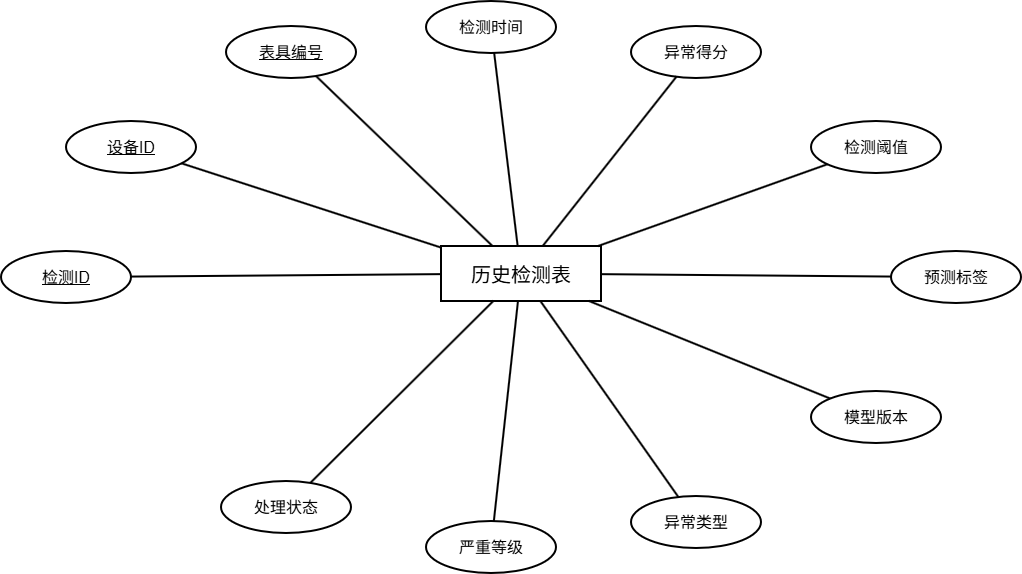
Before: pictures_drawio/历史检测表E-R图.drawio.png, a diagram exported from draw.io (solisW/my_thesis_system). Source tidied: cells renumbered, new cells last; positions are measured from the earlier drawing's top-left corner, leaving out a move shared by most shapes. Its diagram source:
```xml
<mxGraphModel>
  <root>
    <mxCell id="0" />
    <mxCell id="1" parent="0" />
    <mxCell id="2" value="历史检测表" style="rounded=0;whiteSpace=wrap;html=1;fillColor=#ffffff;strokeColor=#000000;strokeWidth=2;fontSize=20;" parent="1" vertex="1">
      <mxGeometry x="440" y="245" width="160" height="55" as="geometry" />
    </mxCell>
    <mxCell id="3" value="&lt;u&gt;检测ID&lt;/u&gt;" style="ellipse;whiteSpace=wrap;html=1;fillColor=#ffffff;strokeColor=#000000;strokeWidth=2;fontSize=16;" parent="1" vertex="1">
      <mxGeometry y="250" width="130" height="52" as="geometry" />
    </mxCell>
    <mxCell id="4" style="endArrow=none;html=1;rounded=0;strokeWidth=2;fontSize=14;" parent="1" edge="1" source="2" target="3">
      <mxGeometry relative="1" as="geometry" />
    </mxCell>
    <mxCell id="5" value="&lt;u&gt;设备ID&lt;/u&gt;" style="ellipse;whiteSpace=wrap;html=1;fillColor=#ffffff;strokeColor=#000000;strokeWidth=2;fontSize=16;" parent="1" vertex="1">
      <mxGeometry x="65" y="120" width="130" height="52" as="geometry" />
    </mxCell>
    <mxCell id="6" style="endArrow=none;html=1;rounded=0;strokeWidth=2;fontSize=14;" parent="1" edge="1" source="2" target="5">
      <mxGeometry relative="1" as="geometry" />
    </mxCell>
    <mxCell id="7" value="&lt;u&gt;表具编号&lt;/u&gt;" style="ellipse;whiteSpace=wrap;html=1;fillColor=#ffffff;strokeColor=#000000;strokeWidth=2;fontSize=16;" parent="1" vertex="1">
      <mxGeometry x="225" y="25" width="130" height="52" as="geometry" />
    </mxCell>
    <mxCell id="8" style="endArrow=none;html=1;rounded=0;strokeWidth=2;fontSize=14;" parent="1" edge="1" source="2" target="7">
      <mxGeometry relative="1" as="geometry" />
    </mxCell>
    <mxCell id="9" value="检测时间" style="ellipse;whiteSpace=wrap;html=1;fillColor=#ffffff;strokeColor=#000000;strokeWidth=2;fontSize=16;" parent="1" vertex="1">
      <mxGeometry x="425" width="130" height="52" as="geometry" />
    </mxCell>
    <mxCell id="10" style="endArrow=none;html=1;rounded=0;strokeWidth=2;fontSize=14;" parent="1" edge="1" source="2" target="9">
      <mxGeometry relative="1" as="geometry" />
    </mxCell>
    <mxCell id="11" value="异常得分" style="ellipse;whiteSpace=wrap;html=1;fillColor=#ffffff;strokeColor=#000000;strokeWidth=2;fontSize=16;" parent="1" vertex="1">
      <mxGeometry x="630" y="25" width="130" height="52" as="geometry" />
    </mxCell>
    <mxCell id="12" style="endArrow=none;html=1;rounded=0;strokeWidth=2;fontSize=14;" parent="1" edge="1" source="2" target="11">
      <mxGeometry relative="1" as="geometry" />
    </mxCell>
    <mxCell id="13" value="检测阈值" style="ellipse;whiteSpace=wrap;html=1;fillColor=#ffffff;strokeColor=#000000;strokeWidth=2;fontSize=16;" parent="1" vertex="1">
      <mxGeometry x="810" y="120" width="130" height="52" as="geometry" />
    </mxCell>
    <mxCell id="14" style="endArrow=none;html=1;rounded=0;strokeWidth=2;fontSize=14;" parent="1" edge="1" source="2" target="13">
      <mxGeometry relative="1" as="geometry" />
    </mxCell>
    <mxCell id="15" value="预测标签" style="ellipse;whiteSpace=wrap;html=1;fillColor=#ffffff;strokeColor=#000000;strokeWidth=2;fontSize=16;" parent="1" vertex="1">
      <mxGeometry x="890" y="250" width="130" height="52" as="geometry" />
    </mxCell>
    <mxCell id="16" style="endArrow=none;html=1;rounded=0;strokeWidth=2;fontSize=14;" parent="1" edge="1" source="2" target="15">
      <mxGeometry relative="1" as="geometry" />
    </mxCell>
    <mxCell id="17" value="模型版本" style="ellipse;whiteSpace=wrap;html=1;fillColor=#ffffff;strokeColor=#000000;strokeWidth=2;fontSize=16;" parent="1" vertex="1">
      <mxGeometry x="810" y="390" width="130" height="52" as="geometry" />
    </mxCell>
    <mxCell id="18" style="endArrow=none;html=1;rounded=0;strokeWidth=2;fontSize=14;" parent="1" edge="1" source="2" target="17">
      <mxGeometry relative="1" as="geometry" />
    </mxCell>
    <mxCell id="19" value="异常类型" style="ellipse;whiteSpace=wrap;html=1;fillColor=#ffffff;strokeColor=#000000;strokeWidth=2;fontSize=16;" parent="1" vertex="1">
      <mxGeometry x="630" y="495" width="130" height="52" as="geometry" />
    </mxCell>
    <mxCell id="20" style="endArrow=none;html=1;rounded=0;strokeWidth=2;fontSize=14;" parent="1" edge="1" source="2" target="19">
      <mxGeometry relative="1" as="geometry" />
    </mxCell>
    <mxCell id="21" value="严重等级" style="ellipse;whiteSpace=wrap;html=1;fillColor=#ffffff;strokeColor=#000000;strokeWidth=2;fontSize=16;" parent="1" vertex="1">
      <mxGeometry x="425" y="520" width="130" height="52" as="geometry" />
    </mxCell>
    <mxCell id="22" style="endArrow=none;html=1;rounded=0;strokeWidth=2;fontSize=14;" parent="1" edge="1" source="2" target="21">
      <mxGeometry relative="1" as="geometry" />
    </mxCell>
    <mxCell id="23" value="处理状态" style="ellipse;whiteSpace=wrap;html=1;fillColor=#ffffff;strokeColor=#000000;strokeWidth=2;fontSize=16;" parent="1" vertex="1">
      <mxGeometry x="220" y="480" width="130" height="52" as="geometry" />
    </mxCell>
    <mxCell id="24" style="endArrow=none;html=1;rounded=0;strokeWidth=2;fontSize=14;" parent="1" edge="1" source="2" target="23">
      <mxGeometry relative="1" as="geometry" />
    </mxCell>
  </root>
</mxGraphModel>
```
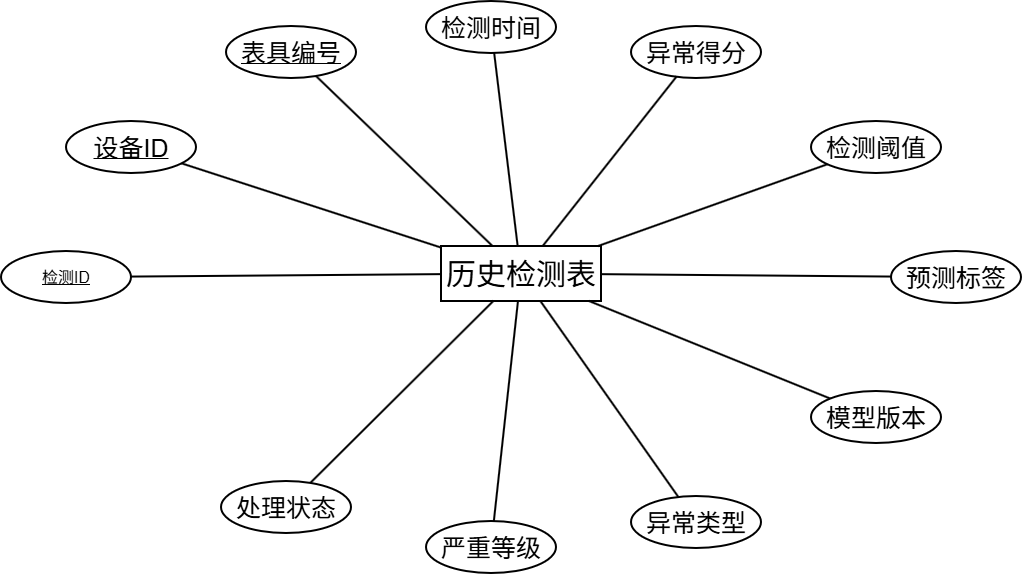
The same file after the commit.

What changed in the source:
```diff
@@ -2,70 +2,70 @@
   <root>
     <mxCell id="0" />
     <mxCell id="1" parent="0" />
-    <mxCell id="2" value="历史检测表" style="rounded=0;whiteSpace=wrap;html=1;fillColor=#ffffff;strokeColor=#000000;strokeWidth=2;fontSize=20;" parent="1" vertex="1">
+    <mxCell id="2" value="&lt;font style=&quot;font-size: 30px;&quot;&gt;历史检测表&lt;/font&gt;" style="rounded=0;whiteSpace=wrap;html=1;fillColor=#ffffff;strokeColor=#000000;strokeWidth=2;fontSize=20;" parent="1" vertex="1">
       <mxGeometry x="440" y="245" width="160" height="55" as="geometry" />
     </mxCell>
-    <mxCell id="3" value="&lt;u&gt;检测ID&lt;/u&gt;" style="ellipse;whiteSpace=wrap;html=1;fillColor=#ffffff;strokeColor=#000000;strokeWidth=2;fontSize=16;" parent="1" vertex="1">
+    <mxCell id="3" value="&lt;u&gt;&lt;font&gt;检测ID&lt;/font&gt;&lt;/u&gt;" style="ellipse;whiteSpace=wrap;html=1;fillColor=#ffffff;strokeColor=#000000;strokeWidth=2;fontSize=16;" parent="1" vertex="1">
       <mxGeometry y="250" width="130" height="52" as="geometry" />
     </mxCell>
     <mxCell id="4" style="endArrow=none;html=1;rounded=0;strokeWidth=2;fontSize=14;" parent="1" edge="1" source="2" target="3">
       <mxGeometry relative="1" as="geometry" />
     </mxCell>
-    <mxCell id="5" value="&lt;u&gt;设备ID&lt;/u&gt;" style="ellipse;whiteSpace=wrap;html=1;fillColor=#ffffff;strokeColor=#000000;strokeWidth=2;fontSize=16;" parent="1" vertex="1">
+    <mxCell id="5" value="&lt;u&gt;&lt;font style=&quot;font-size: 25px;&quot;&gt;设备ID&lt;/font&gt;&lt;/u&gt;" style="ellipse;whiteSpace=wrap;html=1;fillColor=#ffffff;strokeColor=#000000;strokeWidth=2;fontSize=16;" parent="1" vertex="1">
       <mxGeometry x="65" y="120" width="130" height="52" as="geometry" />
     </mxCell>
     <mxCell id="6" style="endArrow=none;html=1;rounded=0;strokeWidth=2;fontSize=14;" parent="1" edge="1" source="2" target="5">
       <mxGeometry relative="1" as="geometry" />
     </mxCell>
-    <mxCell id="7" value="&lt;u&gt;表具编号&lt;/u&gt;" style="ellipse;whiteSpace=wrap;html=1;fillColor=#ffffff;strokeColor=#000000;strokeWidth=2;fontSize=16;" parent="1" vertex="1">
+    <mxCell id="7" value="&lt;u&gt;&lt;font style=&quot;font-size: 25px;&quot;&gt;表具编号&lt;/font&gt;&lt;/u&gt;" style="ellipse;whiteSpace=wrap;html=1;fillColor=#ffffff;strokeColor=#000000;strokeWidth=2;fontSize=16;" parent="1" vertex="1">
       <mxGeometry x="225" y="25" width="130" height="52" as="geometry" />
     </mxCell>
     <mxCell id="8" style="endArrow=none;html=1;rounded=0;strokeWidth=2;fontSize=14;" parent="1" edge="1" source="2" target="7">
       <mxGeometry relative="1" as="geometry" />
     </mxCell>
-    <mxCell id="9" value="检测时间" style="ellipse;whiteSpace=wrap;html=1;fillColor=#ffffff;strokeColor=#000000;strokeWidth=2;fontSize=16;" parent="1" vertex="1">
+    <mxCell id="9" value="&lt;font style=&quot;font-size: 25px;&quot;&gt;检测时间&lt;/font&gt;" style="ellipse;whiteSpace=wrap;html=1;fillColor=#ffffff;strokeColor=#000000;strokeWidth=2;fontSize=16;" parent="1" vertex="1">
       <mxGeometry x="425" width="130" height="52" as="geometry" />
     </mxCell>
     <mxCell id="10" style="endArrow=none;html=1;rounded=0;strokeWidth=2;fontSize=14;" parent="1" edge="1" source="2" target="9">
       <mxGeometry relative="1" as="geometry" />
     </mxCell>
-    <mxCell id="11" value="异常得分" style="ellipse;whiteSpace=wrap;html=1;fillColor=#ffffff;strokeColor=#000000;strokeWidth=2;fontSize=16;" parent="1" vertex="1">
+    <mxCell id="11" value="&lt;font style=&quot;font-size: 25px;&quot;&gt;异常得分&lt;/font&gt;" style="ellipse;whiteSpace=wrap;html=1;fillColor=#ffffff;strokeColor=#000000;strokeWidth=2;fontSize=16;" parent="1" vertex="1">
       <mxGeometry x="630" y="25" width="130" height="52" as="geometry" />
     </mxCell>
     <mxCell id="12" style="endArrow=none;html=1;rounded=0;strokeWidth=2;fontSize=14;" parent="1" edge="1" source="2" target="11">
       <mxGeometry relative="1" as="geometry" />
     </mxCell>
-    <mxCell id="13" value="检测阈值" style="ellipse;whiteSpace=wrap;html=1;fillColor=#ffffff;strokeColor=#000000;strokeWidth=2;fontSize=16;" parent="1" vertex="1">
+    <mxCell id="13" value="&lt;font style=&quot;font-size: 25px;&quot;&gt;检测阈值&lt;/font&gt;" style="ellipse;whiteSpace=wrap;html=1;fillColor=#ffffff;strokeColor=#000000;strokeWidth=2;fontSize=16;" parent="1" vertex="1">
       <mxGeometry x="810" y="120" width="130" height="52" as="geometry" />
     </mxCell>
     <mxCell id="14" style="endArrow=none;html=1;rounded=0;strokeWidth=2;fontSize=14;" parent="1" edge="1" source="2" target="13">
       <mxGeometry relative="1" as="geometry" />
     </mxCell>
-    <mxCell id="15" value="预测标签" style="ellipse;whiteSpace=wrap;html=1;fillColor=#ffffff;strokeColor=#000000;strokeWidth=2;fontSize=16;" parent="1" vertex="1">
+    <mxCell id="15" value="&lt;font style=&quot;font-size: 25px;&quot;&gt;预测标签&lt;/font&gt;" style="ellipse;whiteSpace=wrap;html=1;fillColor=#ffffff;strokeColor=#000000;strokeWidth=2;fontSize=16;" parent="1" vertex="1">
       <mxGeometry x="890" y="250" width="130" height="52" as="geometry" />
     </mxCell>
     <mxCell id="16" style="endArrow=none;html=1;rounded=0;strokeWidth=2;fontSize=14;" parent="1" edge="1" source="2" target="15">
       <mxGeometry relative="1" as="geometry" />
     </mxCell>
-    <mxCell id="17" value="模型版本" style="ellipse;whiteSpace=wrap;html=1;fillColor=#ffffff;strokeColor=#000000;strokeWidth=2;fontSize=16;" parent="1" vertex="1">
+    <mxCell id="17" value="&lt;font style=&quot;font-size: 25px;&quot;&gt;模型版本&lt;/font&gt;" style="ellipse;whiteSpace=wrap;html=1;fillColor=#ffffff;strokeColor=#000000;strokeWidth=2;fontSize=16;" parent="1" vertex="1">
       <mxGeometry x="810" y="390" width="130" height="52" as="geometry" />
     </mxCell>
     <mxCell id="18" style="endArrow=none;html=1;rounded=0;strokeWidth=2;fontSize=14;" parent="1" edge="1" source="2" target="17">
       <mxGeometry relative="1" as="geometry" />
     </mxCell>
-    <mxCell id="19" value="异常类型" style="ellipse;whiteSpace=wrap;html=1;fillColor=#ffffff;strokeColor=#000000;strokeWidth=2;fontSize=16;" parent="1" vertex="1">
+    <mxCell id="19" value="&lt;font style=&quot;font-size: 25px;&quot;&gt;异常类型&lt;/font&gt;" style="ellipse;whiteSpace=wrap;html=1;fillColor=#ffffff;strokeColor=#000000;strokeWidth=2;fontSize=16;" parent="1" vertex="1">
       <mxGeometry x="630" y="495" width="130" height="52" as="geometry" />
     </mxCell>
     <mxCell id="20" style="endArrow=none;html=1;rounded=0;strokeWidth=2;fontSize=14;" parent="1" edge="1" source="2" target="19">
       <mxGeometry relative="1" as="geometry" />
     </mxCell>
-    <mxCell id="21" value="严重等级" style="ellipse;whiteSpace=wrap;html=1;fillColor=#ffffff;strokeColor=#000000;strokeWidth=2;fontSize=16;" parent="1" vertex="1">
+    <mxCell id="21" value="&lt;font style=&quot;font-size: 25px;&quot;&gt;严重等级&lt;/font&gt;" style="ellipse;whiteSpace=wrap;html=1;fillColor=#ffffff;strokeColor=#000000;strokeWidth=2;fontSize=16;" parent="1" vertex="1">
       <mxGeometry x="425" y="520" width="130" height="52" as="geometry" />
     </mxCell>
     <mxCell id="22" style="endArrow=none;html=1;rounded=0;strokeWidth=2;fontSize=14;" parent="1" edge="1" source="2" target="21">
       <mxGeometry relative="1" as="geometry" />
     </mxCell>
-    <mxCell id="23" value="处理状态" style="ellipse;whiteSpace=wrap;html=1;fillColor=#ffffff;strokeColor=#000000;strokeWidth=2;fontSize=16;" parent="1" vertex="1">
+    <mxCell id="23" value="&lt;font style=&quot;font-size: 25px;&quot;&gt;处理状态&lt;/font&gt;" style="ellipse;whiteSpace=wrap;html=1;fillColor=#ffffff;strokeColor=#000000;strokeWidth=2;fontSize=16;" parent="1" vertex="1">
       <mxGeometry x="220" y="480" width="130" height="52" as="geometry" />
     </mxCell>
     <mxCell id="24" style="endArrow=none;html=1;rounded=0;strokeWidth=2;fontSize=14;" parent="1" edge="1" source="2" target="23">
```
